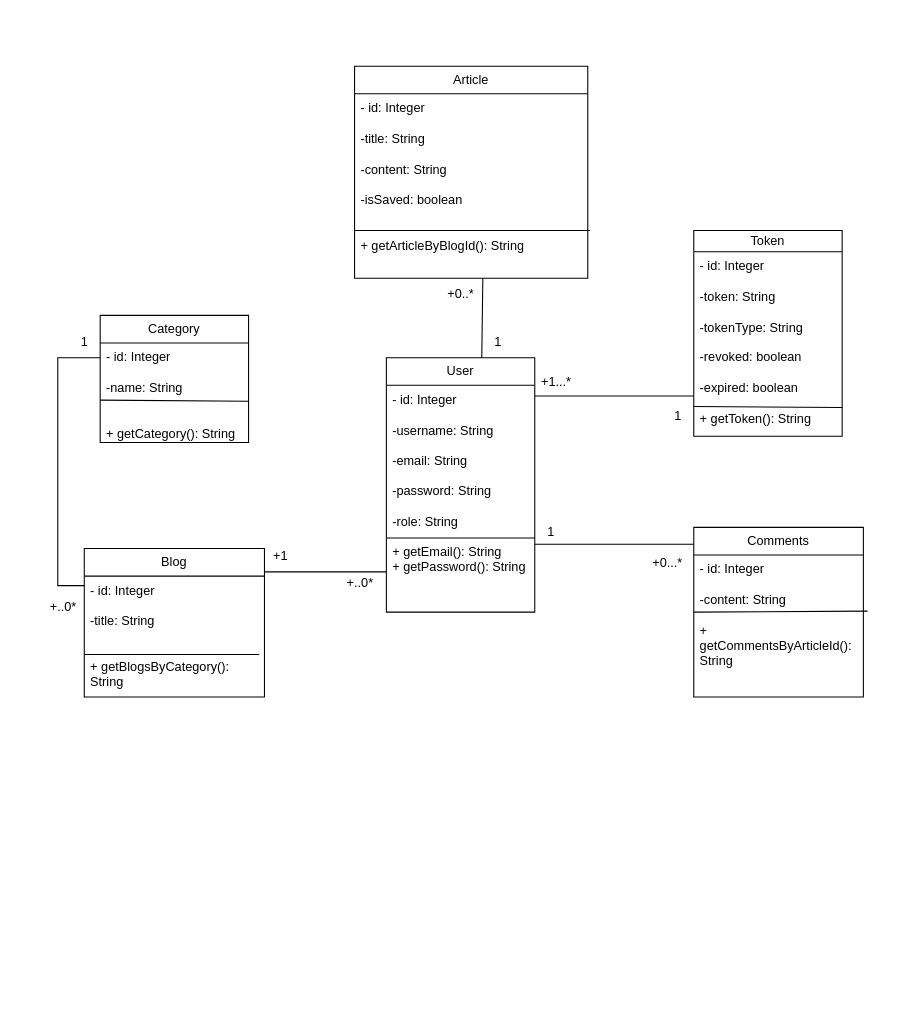
The draw.io diagram page "Diagramme de classe" (4 of 9) of Diagramme sans nom.drawio in Ali0908/BDD_UML, before the edit. Source tidied: cells renumbered, new cells numbered last; positions are measured from the earlier drawing's top-left corner, leaving out a move shared by most shapes. Both pictures are drawn from the tidied source at 106%, with x=0, y=0 at pixel (36, 66).
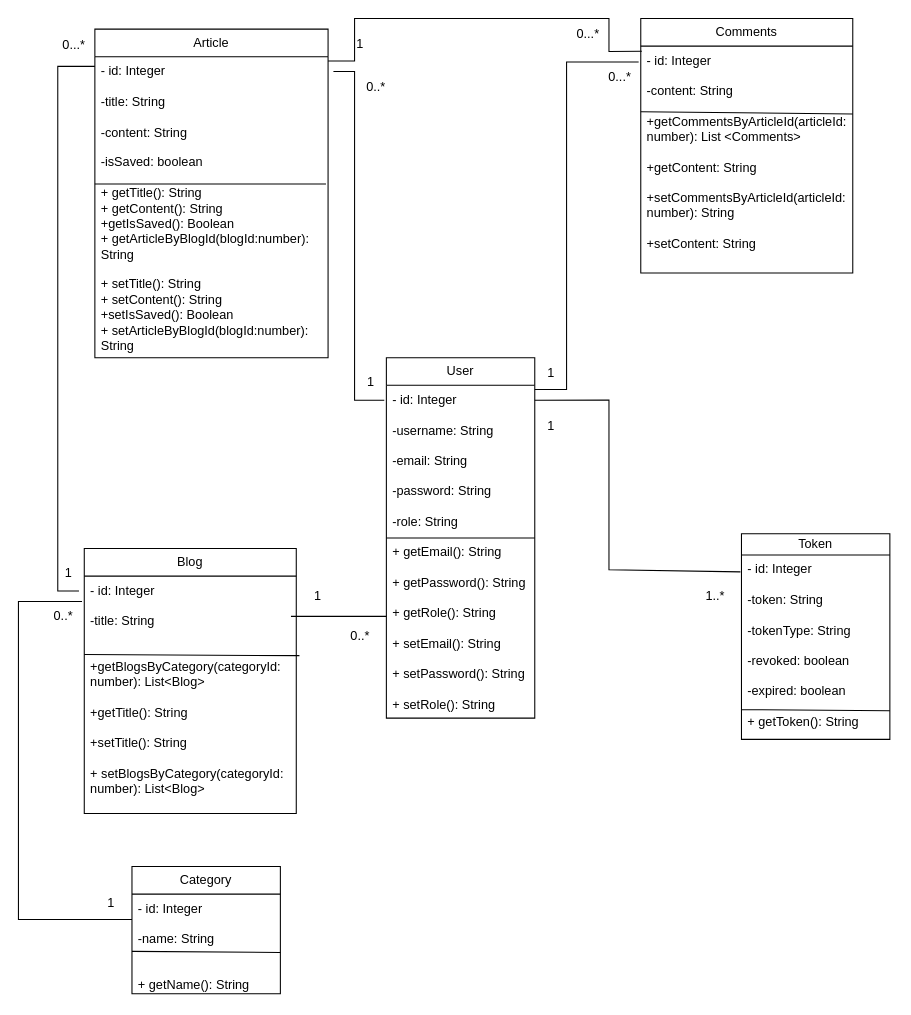
Above is the later version.

Unchanged cells that the change refers to:
```xml
<mxCell id="15" value="&lt;div&gt;- id: Integer&lt;/div&gt;&lt;div&gt;&lt;br&gt;&lt;/div&gt;&lt;div&gt;-token: String&lt;/div&gt;&lt;div&gt;&lt;br&gt;&lt;/div&gt;&lt;div&gt;-tokenType: String&lt;/div&gt;&lt;div&gt;&lt;br&gt;&lt;/div&gt;&lt;div&gt;-revoked: boolean&lt;/div&gt;&lt;div&gt;&lt;br&gt;&lt;/div&gt;&lt;div&gt;-expired: boolean&lt;br&gt;&lt;/div&gt;&lt;div&gt;&lt;br&gt;&lt;/div&gt;&lt;div&gt;+ getToken(): String&lt;br&gt;&lt;/div&gt;" style="text;strokeColor=none;fillColor=none;align=left;verticalAlign=top;spacingLeft=4;spacingRight=4;overflow=hidden;points=[[0,0.5],[1,0.5]];portConstraint=eastwest;whiteSpace=wrap;html=1;" parent="14" vertex="1">
  <mxGeometry y="20" width="140" height="174" as="geometry" />
</mxCell>
```

Change to the diagram source:
```diff
@@
     <mxCell id="2" value="User" style="swimlane;fontStyle=0;horizontal=1;startSize=26;fillColor=none;whiteSpace=wrap;html=1;" parent="1" vertex="1">
-      <mxGeometry x="330" y="275" width="140" height="240" as="geometry" />
+      <mxGeometry x="330" y="275" width="140" height="340" as="geometry" />
     </mxCell>
-    <mxCell id="3" value="&lt;div&gt;- id: Integer&lt;/div&gt;&lt;div&gt;&lt;br&gt;&lt;/div&gt;&lt;div&gt;-username: String&lt;/div&gt;&lt;div&gt;&lt;br&gt;&lt;/div&gt;&lt;div&gt;-email: String&lt;/div&gt;&lt;div&gt;&lt;br&gt;&lt;/div&gt;&lt;div&gt;-password: String&lt;br&gt;&lt;/div&gt;&lt;div&gt;&lt;br&gt;&lt;/div&gt;&lt;div&gt;-role: String&lt;/div&gt;&lt;div&gt;&lt;br&gt;&lt;/div&gt;&lt;div&gt;+ getEmail(): String&lt;/div&gt;&lt;div&gt;+ getPassword(): String&lt;/div&gt;" style="text;strokeColor=none;fillColor=none;align=left;verticalAlign=top;spacingLeft=4;spacingRight=4;overflow=hidden;points=[[0,0.5],[1,0.5]];portConstraint=eastwest;whiteSpace=wrap;html=1;" parent="2" vertex="1">
-      <mxGeometry y="26" width="140" height="214" as="geometry" />
+    <mxCell id="3" value="&lt;div&gt;- id: Integer&lt;/div&gt;&lt;div&gt;&lt;br&gt;&lt;/div&gt;&lt;div&gt;-username: String&lt;/div&gt;&lt;div&gt;&lt;br&gt;&lt;/div&gt;&lt;div&gt;-email: String&lt;/div&gt;&lt;div&gt;&lt;br&gt;&lt;/div&gt;&lt;div&gt;-password: String&lt;br&gt;&lt;/div&gt;&lt;div&gt;&lt;br&gt;&lt;/div&gt;&lt;div&gt;-role: String&lt;/div&gt;&lt;div&gt;&lt;br&gt;&lt;/div&gt;&lt;div&gt;+ getEmail(): String&lt;/div&gt;&lt;div&gt;&lt;br&gt;&lt;/div&gt;&lt;div&gt;+ getPassword(): String&lt;/div&gt;&lt;div&gt;&lt;br&gt;&lt;/div&gt;&lt;div&gt;+ getRole(): String&lt;br&gt;&lt;/div&gt;&lt;div&gt;&lt;br&gt;&lt;/div&gt;&lt;div&gt;&lt;div style=&quot;border-color: var(--border-color);&quot;&gt;+ setEmail(): String&lt;/div&gt;&lt;div style=&quot;border-color: var(--border-color);&quot;&gt;&lt;br style=&quot;border-color: var(--border-color);&quot;&gt;&lt;/div&gt;&lt;div style=&quot;border-color: var(--border-color);&quot;&gt;+ setPassword(): String&lt;/div&gt;&lt;div style=&quot;border-color: var(--border-color);&quot;&gt;&lt;br style=&quot;border-color: var(--border-color);&quot;&gt;&lt;/div&gt;&lt;div style=&quot;border-color: var(--border-color);&quot;&gt;+ setRole(): String&lt;/div&gt;&lt;/div&gt;" style="text;strokeColor=none;fillColor=none;align=left;verticalAlign=top;spacingLeft=4;spacingRight=4;overflow=hidden;points=[[0,0.5],[1,0.5]];portConstraint=eastwest;whiteSpace=wrap;html=1;" parent="2" vertex="1">
+      <mxGeometry y="26" width="140" height="314" as="geometry" />
     </mxCell>
@@
     <mxCell id="5" value="Blog" style="swimlane;fontStyle=0;horizontal=1;startSize=26;fillColor=none;whiteSpace=wrap;html=1;" parent="1" vertex="1">
-      <mxGeometry x="45" y="455" width="170" height="140" as="geometry" />
+      <mxGeometry x="45" y="455" width="200" height="250" as="geometry" />
     </mxCell>
-    <mxCell id="6" value="&lt;div&gt;- id: Integer&lt;/div&gt;&lt;div&gt;&lt;br&gt;&lt;/div&gt;&lt;div&gt;-title: String&lt;br&gt;&lt;/div&gt;&lt;div&gt;&lt;br&gt;&lt;/div&gt;&lt;div&gt;&lt;br&gt;&lt;/div&gt;&lt;div&gt;+ getBlogsByCategory(): String&lt;br&gt;&lt;/div&gt;" style="text;strokeColor=none;fillColor=none;align=left;verticalAlign=top;spacingLeft=4;spacingRight=4;overflow=hidden;points=[[0,0.5],[1,0.5]];portConstraint=eastwest;whiteSpace=wrap;html=1;" parent="5" vertex="1">
-      <mxGeometry y="26" width="170" height="114" as="geometry" />
+    <mxCell id="6" value="&lt;div&gt;- id: Integer&lt;/div&gt;&lt;div&gt;&lt;br&gt;&lt;/div&gt;&lt;div&gt;-title: String&lt;br&gt;&lt;/div&gt;&lt;div&gt;&lt;br&gt;&lt;/div&gt;&lt;div&gt;&lt;br&gt;&lt;/div&gt;&lt;div&gt;+getBlogsByCategory(categoryId: number): List&amp;lt;Blog&amp;gt;&lt;br&gt;&lt;/div&gt;&lt;div&gt;&lt;br&gt;&lt;/div&gt;&lt;div&gt;+getTitle(): String&lt;/div&gt;&lt;div&gt;&lt;br&gt;&lt;/div&gt;&lt;div&gt;+setTitle(): String&lt;/div&gt;&lt;div&gt;&lt;br&gt;&lt;/div&gt;&lt;div&gt;+ setBlogsByCategory(categoryId: number): List&amp;lt;Blog&amp;gt;&lt;br&gt;&lt;/div&gt;" style="text;strokeColor=none;fillColor=none;align=left;verticalAlign=top;spacingLeft=4;spacingRight=4;overflow=hidden;points=[[0,0.5],[1,0.5]];portConstraint=eastwest;whiteSpace=wrap;html=1;" parent="5" vertex="1">
+      <mxGeometry y="26" width="200" height="224" as="geometry" />
     </mxCell>
-    <mxCell id="7" style="endArrow=none;html=1;rounded=0;" parent="5" edge="1">
+    <mxCell id="7" style="endArrow=none;html=1;rounded=0;entryX=1.015;entryY=0.335;entryDx=0;entryDy=0;entryPerimeter=0;" parent="5" edge="1" target="6">
       <mxGeometry relative="1" as="geometry">
         <mxPoint y="100" as="sourcePoint" />
-        <mxPoint x="165" y="100" as="targetPoint" />
       </mxGeometry>
     </mxCell>
     <mxCell id="8" value="Article" style="swimlane;fontStyle=0;horizontal=1;startSize=26;fillColor=none;whiteSpace=wrap;html=1;" parent="1" vertex="1">
-      <mxGeometry x="300" width="220" height="200" as="geometry" />
+      <mxGeometry x="55" y="-35" width="220" height="310" as="geometry" />
     </mxCell>
-    <mxCell id="9" value="&lt;div&gt;- id: Integer&lt;/div&gt;&lt;div&gt;&lt;br&gt;&lt;/div&gt;&lt;div&gt;-title: String&lt;/div&gt;&lt;div&gt;&lt;br&gt;&lt;/div&gt;&lt;div&gt;-content: String&lt;/div&gt;&lt;div&gt;&lt;br&gt;&lt;/div&gt;&lt;div&gt;-isSaved: boolean&lt;br&gt;&lt;/div&gt;&lt;div&gt;&lt;br&gt;&lt;/div&gt;&lt;div&gt;&lt;br&gt;&lt;/div&gt;&lt;div&gt;+ getArticleByBlogId(): String&lt;br&gt;&lt;/div&gt;" style="text;strokeColor=none;fillColor=none;align=left;verticalAlign=top;spacingLeft=4;spacingRight=4;overflow=hidden;points=[[0,0.5],[1,0.5]];portConstraint=eastwest;whiteSpace=wrap;html=1;" parent="8" vertex="1">
-      <mxGeometry y="26" width="220" height="174" as="geometry" />
+    <mxCell id="9" value="&lt;div&gt;- id: Integer&lt;/div&gt;&lt;div&gt;&lt;br&gt;&lt;/div&gt;&lt;div&gt;-title: String&lt;/div&gt;&lt;div&gt;&lt;br&gt;&lt;/div&gt;&lt;div&gt;-content: String&lt;/div&gt;&lt;div&gt;&lt;br&gt;&lt;/div&gt;&lt;div&gt;-isSaved: boolean&lt;br&gt;&lt;/div&gt;&lt;div&gt;&lt;br&gt;&lt;/div&gt;&lt;div&gt;+ getTitle(): String&lt;/div&gt;&lt;div&gt;+ getContent(): String&lt;/div&gt;&lt;div&gt;+getIsSaved(): Boolean&lt;/div&gt;&lt;div&gt;+ getArticleByBlogId(blogId:number): String&lt;br&gt;&lt;/div&gt;&lt;div&gt;&lt;br&gt;&lt;/div&gt;&lt;div&gt;&lt;div style=&quot;border-color: var(--border-color);&quot;&gt;+ setTitle(): String&lt;/div&gt;&lt;div style=&quot;border-color: var(--border-color);&quot;&gt;+ setContent(): String&lt;/div&gt;&lt;div style=&quot;border-color: var(--border-color);&quot;&gt;+setIsSaved(): Boolean&lt;/div&gt;&lt;/div&gt;&lt;div&gt;+ setArticleByBlogId(blogId:number): String&lt;br&gt;&lt;/div&gt;&lt;div&gt;&lt;br&gt;&lt;/div&gt;" style="text;strokeColor=none;fillColor=none;align=left;verticalAlign=top;spacingLeft=4;spacingRight=4;overflow=hidden;points=[[0,0.5],[1,0.5]];portConstraint=eastwest;whiteSpace=wrap;html=1;" parent="8" vertex="1">
+      <mxGeometry y="26" width="220" height="284" as="geometry" />
     </mxCell>
-    <mxCell id="10" style="endArrow=none;html=1;rounded=0;entryX=1.009;entryY=0.741;entryDx=0;entryDy=0;entryPerimeter=0;" parent="8" edge="1" target="9">
-      <mxGeometry relative="1" as="geometry">
-        <mxPoint y="155" as="sourcePoint" />
-      </mxGeometry>
+    <mxCell id="10" style="endArrow=none;html=1;rounded=0;entryX=0.991;entryY=0.423;entryDx=0;entryDy=0;entryPerimeter=0;exitX=0;exitY=0.423;exitDx=0;exitDy=0;exitPerimeter=0;" parent="8" edge="1" source="9" target="9">
+      <mxGeometry relative="1" as="geometry" />
     </mxCell>
     <mxCell id="11" value="Comments" style="swimlane;fontStyle=0;horizontal=1;startSize=26;fillColor=none;whiteSpace=wrap;html=1;" parent="1" vertex="1">
-      <mxGeometry x="620" y="435" width="160" height="160" as="geometry" />
+      <mxGeometry x="570" y="-45" width="200" height="240" as="geometry" />
     </mxCell>
+    <mxCell id="35" style="endArrow=none;html=1;rounded=0;" parent="11" edge="1">
+      <mxGeometry relative="1" as="geometry">
+        <mxPoint y="88" as="sourcePoint" />
+        <mxPoint x="200" y="90" as="targetPoint" />
+      </mxGeometry>
+    </mxCell>
-    <mxCell id="12" value="&lt;div&gt;- id: Integer&lt;/div&gt;&lt;div&gt;&lt;br&gt;&lt;/div&gt;&lt;div&gt;-content: String&lt;br&gt;&lt;/div&gt;&lt;div&gt;&lt;br&gt;&lt;/div&gt;&lt;div&gt;+ getCommentsByArticleId(): String&lt;/div&gt;" style="text;strokeColor=none;fillColor=none;align=left;verticalAlign=top;spacingLeft=4;spacingRight=4;overflow=hidden;points=[[0,0.5],[1,0.5]];portConstraint=eastwest;whiteSpace=wrap;html=1;" parent="11" vertex="1">
-      <mxGeometry y="26" width="160" height="134" as="geometry" />
+    <mxCell id="12" value="&lt;div&gt;- id: Integer&lt;/div&gt;&lt;div&gt;&lt;br&gt;&lt;/div&gt;&lt;div&gt;-content: String&lt;br&gt;&lt;/div&gt;&lt;div&gt;&lt;br&gt;&lt;/div&gt;&lt;div&gt;+getCommentsByArticleId(articleId: number): List &amp;lt;Comments&amp;gt;&lt;/div&gt;&lt;div&gt;&lt;br&gt;&lt;/div&gt;&lt;div&gt;+getContent: String&lt;/div&gt;&lt;div&gt;&lt;br&gt;&lt;/div&gt;&lt;div&gt;&lt;div style=&quot;border-color: var(--border-color);&quot;&gt;+setCommentsByArticleId(articleId: number): String&lt;/div&gt;&lt;div style=&quot;border-color: var(--border-color);&quot;&gt;&lt;br style=&quot;border-color: var(--border-color);&quot;&gt;&lt;/div&gt;&lt;div style=&quot;border-color: var(--border-color);&quot;&gt;+setContent: String&lt;/div&gt;&lt;/div&gt;" style="text;strokeColor=none;fillColor=none;align=left;verticalAlign=top;spacingLeft=4;spacingRight=4;overflow=hidden;points=[[0,0.5],[1,0.5]];portConstraint=eastwest;whiteSpace=wrap;html=1;" parent="11" vertex="1">
+      <mxGeometry y="26" width="200" height="214" as="geometry" />
     </mxCell>
-    <mxCell id="13" style="endArrow=none;html=1;rounded=0;entryX=1.025;entryY=0.396;entryDx=0;entryDy=0;entryPerimeter=0;" parent="11" edge="1" target="12">
-      <mxGeometry relative="1" as="geometry">
-        <mxPoint y="80" as="sourcePoint" />
-      </mxGeometry>
-    </mxCell>
     <mxCell id="14" value="Token" style="swimlane;fontStyle=0;horizontal=1;startSize=20;fillColor=none;whiteSpace=wrap;html=1;" parent="1" vertex="1">
-      <mxGeometry x="620" y="155" width="140" height="194" as="geometry" />
+      <mxGeometry x="665" y="441" width="140" height="194" as="geometry" />
     </mxCell>
@@
     <mxCell id="17" value="Category" style="swimlane;fontStyle=0;horizontal=1;startSize=26;fillColor=none;whiteSpace=wrap;html=1;" parent="1" vertex="1">
-      <mxGeometry x="60" y="235" width="140" height="120" as="geometry" />
+      <mxGeometry x="90" y="755" width="140" height="120" as="geometry" />
     </mxCell>
@@
-    <mxCell id="19" value="&lt;div&gt;- id: Integer&lt;/div&gt;&lt;div&gt;&lt;br&gt;&lt;/div&gt;&lt;div&gt;-name: String&lt;br&gt;&lt;/div&gt;&lt;div&gt;&lt;br&gt;&lt;/div&gt;&lt;div&gt;&lt;br&gt;&lt;/div&gt;+ getCategory(): String" style="text;strokeColor=none;fillColor=none;align=left;verticalAlign=top;spacingLeft=4;spacingRight=4;overflow=hidden;whiteSpace=wrap;html=1;" parent="17" vertex="1">
+    <mxCell id="19" value="&lt;div&gt;- id: Integer&lt;/div&gt;&lt;div&gt;&lt;br&gt;&lt;/div&gt;&lt;div&gt;-name: String&lt;br&gt;&lt;/div&gt;&lt;div&gt;&lt;br&gt;&lt;/div&gt;&lt;div&gt;&lt;br&gt;&lt;/div&gt;+ getName(): String" style="text;strokeColor=none;fillColor=none;align=left;verticalAlign=top;spacingLeft=4;spacingRight=4;overflow=hidden;whiteSpace=wrap;html=1;" parent="17" vertex="1">
       <mxGeometry y="26" width="140" height="94" as="geometry" />
     </mxCell>
     <mxCell id="20" style="line;strokeWidth=1;fillColor=none;align=left;verticalAlign=middle;spacingTop=-1;spacingLeft=3;spacingRight=3;labelPosition=right;strokeColor=inherit;" parent="1" vertex="1">
-      <mxGeometry x="215" y="473" width="115" height="8" as="geometry" />
+      <mxGeometry x="240" y="515" width="90" height="8" as="geometry" />
     </mxCell>
-    <mxCell id="21" style="line;strokeWidth=1;fillColor=none;align=left;verticalAlign=middle;spacingTop=-1;spacingLeft=3;spacingRight=3;labelPosition=right;strokeColor=inherit;" parent="1" vertex="1">
-      <mxGeometry x="470" y="307" width="150" height="8" as="geometry" />
-    </mxCell>
-    <mxCell id="22" style="line;strokeWidth=1;fillColor=none;align=left;verticalAlign=middle;spacingTop=-1;spacingLeft=3;spacingRight=3;labelPosition=right;strokeColor=inherit;" parent="1" vertex="1">
-      <mxGeometry x="470" y="447" width="150" height="8" as="geometry" />
-    </mxCell>
-    <mxCell id="23" style="endArrow=none;html=1;rounded=0;entryX=0.92;entryY=0;entryDx=0;entryDy=0;entryPerimeter=0;" parent="1" edge="1" target="24">
+    <mxCell id="23" style="endArrow=none;html=1;rounded=0;entryX=1.023;entryY=0.049;entryDx=0;entryDy=0;entryPerimeter=0;exitX=-0.014;exitY=0.045;exitDx=0;exitDy=0;exitPerimeter=0;" parent="1" edge="1" source="3" target="9">
       <mxGeometry relative="1" as="geometry">
-        <mxPoint x="420" y="275" as="sourcePoint" />
+        <Array as="points">
+          <mxPoint x="300" y="315" />
+          <mxPoint x="300" y="165" />
+          <mxPoint x="300" y="5" />
+        </Array>
       </mxGeometry>
     </mxCell>
-    <mxCell id="24" value="+0..*" style="text;html=1;align=center;verticalAlign=middle;points=[];strokeColor=none;fillColor=none;" parent="1" vertex="1">
-      <mxGeometry x="375" y="200" width="50" height="30" as="geometry" />
+    <mxCell id="24" value="0..*" style="text;html=1;align=center;verticalAlign=middle;points=[];strokeColor=none;fillColor=none;" parent="1" vertex="1">
+      <mxGeometry x="300" y="5" width="40" height="30" as="geometry" />
     </mxCell>
-    <mxCell id="25" value="+..0*" style="text;html=1;align=center;verticalAlign=middle;strokeColor=none;fillColor=none;" parent="1" vertex="1">
-      <mxGeometry x="280" y="473" width="50" height="30" as="geometry" />
+    <mxCell id="25" value="0..*" style="text;html=1;align=center;verticalAlign=middle;strokeColor=none;fillColor=none;" parent="1" vertex="1">
+      <mxGeometry x="285" y="523" width="40" height="30" as="geometry" />
     </mxCell>
-    <mxCell id="26" value="+1" style="text;html=1;align=center;verticalAlign=middle;strokeColor=none;fillColor=none;" parent="1" vertex="1">
-      <mxGeometry x="210" y="447" width="40" height="30" as="geometry" />
+    <mxCell id="26" value="1" style="text;html=1;align=center;verticalAlign=middle;strokeColor=none;fillColor=none;" parent="1" vertex="1">
+      <mxGeometry x="250" y="485" width="30" height="30" as="geometry" />
     </mxCell>
     <mxCell id="27" value="1" style="text;html=1;align=center;verticalAlign=middle;strokeColor=none;fillColor=none;" parent="1" vertex="1">
-      <mxGeometry x="470" y="425" width="30" height="30" as="geometry" />
+      <mxGeometry x="470" y="275" width="30" height="30" as="geometry" />
     </mxCell>
-    <mxCell id="28" value="+0...*" style="text;html=1;align=center;verticalAlign=middle;strokeColor=none;fillColor=none;" parent="1" vertex="1">
-      <mxGeometry x="570" y="454" width="50" height="30" as="geometry" />
+    <mxCell id="28" value="0...*" style="text;html=1;align=center;verticalAlign=middle;strokeColor=none;fillColor=none;" parent="1" vertex="1">
+      <mxGeometry x="530" y="-5" width="40" height="30" as="geometry" />
     </mxCell>
-    <mxCell id="29" value="+1...*" style="text;html=1;align=center;verticalAlign=middle;strokeColor=none;fillColor=none;" parent="1" vertex="1">
-      <mxGeometry x="465" y="283" width="50" height="30" as="geometry" />
+    <mxCell id="29" value="1" style="text;html=1;align=center;verticalAlign=middle;strokeColor=none;fillColor=none;" parent="1" vertex="1">
+      <mxGeometry x="470" y="325" width="30" height="30" as="geometry" />
     </mxCell>
-    <mxCell id="30" value="1" style="text;html=1;align=center;verticalAlign=middle;strokeColor=none;fillColor=none;" parent="1" vertex="1">
-      <mxGeometry x="590" y="315" width="30" height="30" as="geometry" />
+    <mxCell id="30" value="1..*" style="text;html=1;align=center;verticalAlign=middle;strokeColor=none;fillColor=none;" parent="1" vertex="1">
+      <mxGeometry x="620" y="485" width="40" height="30" as="geometry" />
     </mxCell>
-    <mxCell id="31" style="endArrow=none;html=1;rounded=0;" parent="1" edge="1">
-      <mxGeometry relative="1" as="geometry">
-        <mxPoint x="60" y="275" as="sourcePoint" />
-        <mxPoint x="45" y="490" as="targetPoint" />
-        <Array as="points">
-          <mxPoint x="20" y="275" />
-          <mxPoint x="20" y="385" />
-          <mxPoint x="20" y="490" />
-        </Array>
-      </mxGeometry>
-    </mxCell>
-    <mxCell id="32" value="1" style="text;html=1;align=center;verticalAlign=middle;strokeColor=none;fillColor=none;" parent="1" vertex="1">
-      <mxGeometry x="30" y="245" width="30" height="30" as="geometry" />
-    </mxCell>
-    <mxCell id="33" value="+..0*" style="text;html=1;align=center;verticalAlign=middle;strokeColor=none;fillColor=none;" parent="1" vertex="1">
-      <mxGeometry y="495" width="50" height="30" as="geometry" />
+    <mxCell id="33" value="0..*" style="text;html=1;align=center;verticalAlign=middle;strokeColor=none;fillColor=none;" parent="1" vertex="1">
+      <mxGeometry x="5" y="504" width="40" height="30" as="geometry" />
     </mxCell>
     <mxCell id="34" value="1" style="text;html=1;align=center;verticalAlign=middle;strokeColor=none;fillColor=none;" parent="1" vertex="1">
-      <mxGeometry x="420" y="245" width="30" height="30" as="geometry" />
+      <mxGeometry x="300" y="283" width="30" height="30" as="geometry" />
     </mxCell>
+    <mxCell id="36" style="endArrow=none;html=1;rounded=0;entryX=-0.021;entryY=0.149;entryDx=0;entryDy=0;entryPerimeter=0;" parent="1" edge="1">
+      <mxGeometry relative="1" as="geometry">
+        <mxPoint x="42.9" y="505" as="sourcePoint" />
+        <mxPoint x="90" y="805" as="targetPoint" />
+        <Array as="points">
+          <mxPoint x="-17.1" y="505" />
+          <mxPoint x="-17.1" y="805" />
+        </Array>
+      </mxGeometry>
+    </mxCell>
+    <mxCell id="37" value="1" style="text;html=1;align=center;verticalAlign=middle;strokeColor=none;fillColor=none;" parent="1" vertex="1">
+      <mxGeometry x="55" y="775" width="30" height="30" as="geometry" />
+    </mxCell>
+    <mxCell id="38" style="endArrow=none;html=1;rounded=0;entryX=0;entryY=0.032;entryDx=0;entryDy=0;entryPerimeter=0;" parent="1" edge="1">
+      <mxGeometry relative="1" as="geometry">
+        <mxPoint x="40" y="495" as="sourcePoint" />
+        <mxPoint x="55" y="0.1" as="targetPoint" />
+        <Array as="points">
+          <mxPoint x="20" y="495" />
+          <mxPoint x="20" y="395" />
+          <mxPoint x="20" />
+        </Array>
+      </mxGeometry>
+    </mxCell>
+    <mxCell id="39" value="0...*" style="text;html=1;align=center;verticalAlign=middle;strokeColor=none;fillColor=none;" parent="1" vertex="1">
+      <mxGeometry x="15" y="-35" width="40" height="30" as="geometry" />
+    </mxCell>
+    <mxCell id="40" value="1" style="text;html=1;align=center;verticalAlign=middle;strokeColor=none;fillColor=none;" parent="1" vertex="1">
+      <mxGeometry x="15" y="463" width="30" height="30" as="geometry" />
+    </mxCell>
+    <mxCell id="41" style="endArrow=none;html=1;rounded=0;entryX=-0.007;entryY=0.092;entryDx=0;entryDy=0;entryPerimeter=0;exitX=1;exitY=0.045;exitDx=0;exitDy=0;exitPerimeter=0;" parent="1" edge="1" source="3" target="15">
+      <mxGeometry relative="1" as="geometry">
+        <Array as="points">
+          <mxPoint x="540" y="315" />
+          <mxPoint x="540" y="475" />
+        </Array>
+      </mxGeometry>
+    </mxCell>
+    <mxCell id="42" style="endArrow=none;html=1;rounded=0;entryX=-0.01;entryY=0.07;entryDx=0;entryDy=0;entryPerimeter=0;" parent="1" edge="1" target="12">
+      <mxGeometry relative="1" as="geometry">
+        <mxPoint x="470" y="305" as="sourcePoint" />
+        <Array as="points">
+          <mxPoint x="500" y="305" />
+          <mxPoint x="500" y="155" />
+          <mxPoint x="500" y="-4" />
+        </Array>
+      </mxGeometry>
+    </mxCell>
+    <mxCell id="43" style="endArrow=none;html=1;rounded=0;entryX=0.005;entryY=0.023;entryDx=0;entryDy=0;entryPerimeter=0;" parent="1" edge="1" target="12">
+      <mxGeometry relative="1" as="geometry">
+        <mxPoint x="275" y="-5" as="sourcePoint" />
+        <Array as="points">
+          <mxPoint x="300" y="-5" />
+          <mxPoint x="300" y="-45" />
+          <mxPoint x="540" y="-45" />
+          <mxPoint x="540" y="-14" />
+        </Array>
+      </mxGeometry>
+    </mxCell>
+    <mxCell id="44" value="0...*" style="text;html=1;align=center;verticalAlign=middle;strokeColor=none;fillColor=none;" parent="1" vertex="1">
+      <mxGeometry x="500" y="-45" width="40" height="30" as="geometry" />
+    </mxCell>
+    <mxCell id="45" value="&lt;div style=&quot;text-align: center;&quot;&gt;&lt;span style=&quot;background-color: initial;&quot;&gt;1&lt;/span&gt;&lt;/div&gt;" style="text;whiteSpace=wrap;html=1;" parent="1" vertex="1">
+      <mxGeometry x="300" y="-35" width="50" height="40" as="geometry" />
+    </mxCell>
```
